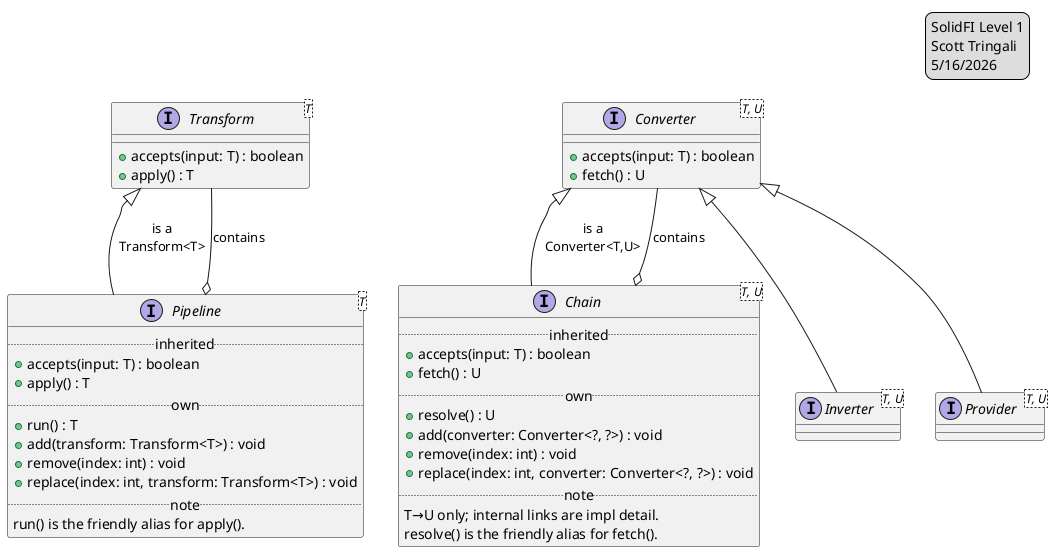
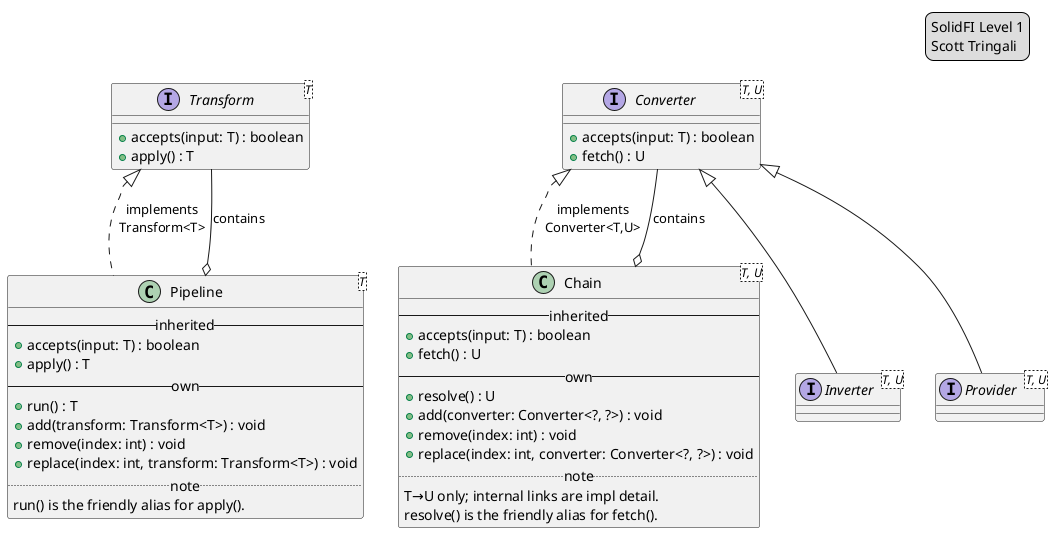
@startuml SolidFI_Level1

+ ' !include _L0.puml
+ ' skinparam strictuml
+ 
top to bottom direction
- ' skinparam style strictuml

together {
  interface Inverter<T, U> {}
  interface Provider<T, U> {}
}

together {
  interface Converter<T, U> {
    + accepts(input: T) : boolean
    + fetch() : U
  }

  interface Transform<T> {
    + accepts(input: T) : boolean
    + apply() : T
  }

-   interface Chain<T, U> {
-     .. inherited ..
+   class Chain<T, U> {
+     -- inherited --
    + accepts(input: T) : boolean
    + fetch() : U
-     .. own ..
+     -- own --
    + resolve() : U
    + add(converter: Converter<?, ?>) : void
    + remove(index: int) : void
    + replace(index: int, converter: Converter<?, ?>) : void
    .. note ..
    T→U only; internal links are impl detail.
    resolve() is the friendly alias for fetch().
  }

-   interface Pipeline<T> {
-     .. inherited ..
+   class Pipeline<T> {
+     -- inherited --
    + accepts(input: T) : boolean
    + apply() : T
-     .. own ..
+     -- own --
    + run() : T
    + add(transform: Transform<T>) : void
    + remove(index: int) : void
    + replace(index: int, transform: Transform<T>) : void
    .. note ..
    run() is the friendly alias for apply().
  }
}

legend top right
  SolidFI Level 1
  Scott Tringali
-   5/16/2026
end legend

- Converter <|-- Chain : "is a\nConverter<T,U>"
- Transform <|-- Pipeline : "is a\nTransform<T>"
+ Converter <|.. Chain : "implements\nConverter<T,U>"
+ Transform <|.. Pipeline : "implements\nTransform<T>"

Converter <|-- Inverter
Converter <|-- Provider

Converter --o Chain : contains
Transform --o Pipeline : contains

- @enduml
+ @enduml